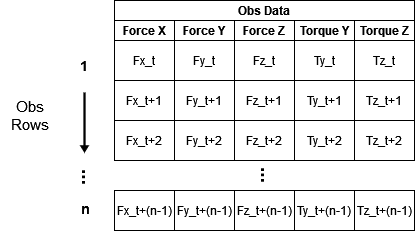
The draw.io diagram obs_matrix.drawio.png in TONiiV/flowcharts, before a commit. Source tidied: cells renumbered, new cells last; positions are measured from the earlier drawing's top-left corner, leaving out a move shared by most shapes.
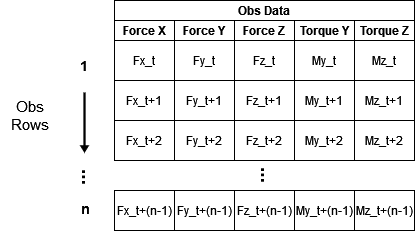
After the change.

Diff of the diagram source:
```diff
@@ -44,25 +44,25 @@
     <mxCell id="15" value="Torque Y" style="swimlane;startSize=20;" parent="2" vertex="1">
       <mxGeometry x="180" y="20" width="60" height="140" as="geometry" />
     </mxCell>
-    <mxCell id="16" value="Ty_t" style="rounded=0;whiteSpace=wrap;html=1;" parent="15" vertex="1">
+    <mxCell id="16" value="My_t" style="rounded=0;whiteSpace=wrap;html=1;" parent="15" vertex="1">
       <mxGeometry y="20" width="60" height="40" as="geometry" />
     </mxCell>
-    <mxCell id="17" value="Ty_t+1" style="rounded=0;whiteSpace=wrap;html=1;" parent="15" vertex="1">
+    <mxCell id="17" value="My_t+1" style="rounded=0;whiteSpace=wrap;html=1;" parent="15" vertex="1">
       <mxGeometry y="60" width="60" height="40" as="geometry" />
     </mxCell>
-    <mxCell id="18" value="Ty_t+2" style="rounded=0;whiteSpace=wrap;html=1;" parent="15" vertex="1">
+    <mxCell id="18" value="My_t+2" style="rounded=0;whiteSpace=wrap;html=1;" parent="15" vertex="1">
       <mxGeometry y="100" width="60" height="40" as="geometry" />
     </mxCell>
     <mxCell id="19" value="Torque Z" style="swimlane;startSize=20;" parent="2" vertex="1">
       <mxGeometry x="240" y="20" width="60" height="140" as="geometry" />
     </mxCell>
-    <mxCell id="20" value="Tz_t" style="rounded=0;whiteSpace=wrap;html=1;" parent="19" vertex="1">
+    <mxCell id="20" value="Mz_t" style="rounded=0;whiteSpace=wrap;html=1;" parent="19" vertex="1">
       <mxGeometry y="20" width="60" height="40" as="geometry" />
     </mxCell>
-    <mxCell id="21" value="Tz_t+1" style="rounded=0;whiteSpace=wrap;html=1;" parent="19" vertex="1">
+    <mxCell id="21" value="Mz_t+1" style="rounded=0;whiteSpace=wrap;html=1;" parent="19" vertex="1">
       <mxGeometry y="60" width="60" height="40" as="geometry" />
     </mxCell>
-    <mxCell id="22" value="Tz_t+2" style="rounded=0;whiteSpace=wrap;html=1;" parent="19" vertex="1">
+    <mxCell id="22" value="Mz_t+2" style="rounded=0;whiteSpace=wrap;html=1;" parent="19" vertex="1">
       <mxGeometry y="100" width="60" height="40" as="geometry" />
     </mxCell>
     <mxCell id="23" value="&lt;div align=&quot;center&quot;&gt;&lt;font style=&quot;font-size: 15px&quot;&gt;Obs Rows&lt;/font&gt;&lt;/div&gt;" style="text;html=1;strokeColor=none;fillColor=none;align=center;verticalAlign=middle;whiteSpace=wrap;rounded=0;fontSize=14;fontFamily=Helvetica;" parent="1" vertex="1">
@@ -77,10 +77,10 @@
     <mxCell id="26" value="Fz_t+(n-1)" style="rounded=0;whiteSpace=wrap;html=1;" parent="1" vertex="1">
       <mxGeometry x="234" y="190" width="60" height="40" as="geometry" />
     </mxCell>
-    <mxCell id="27" value="Ty_t+(n-1)" style="rounded=0;whiteSpace=wrap;html=1;" parent="1" vertex="1">
+    <mxCell id="27" value="My_t+(n-1)" style="rounded=0;whiteSpace=wrap;html=1;" parent="1" vertex="1">
       <mxGeometry x="294" y="190" width="60" height="40" as="geometry" />
     </mxCell>
-    <mxCell id="28" value="Tz_t+(n-1)" style="rounded=0;whiteSpace=wrap;html=1;" parent="1" vertex="1">
+    <mxCell id="28" value="Mz_t+(n-1)" style="rounded=0;whiteSpace=wrap;html=1;" parent="1" vertex="1">
       <mxGeometry x="354" y="190" width="60" height="40" as="geometry" />
     </mxCell>
     <mxCell id="29" style="shape=flexArrow;endArrow=classic;html=1;rounded=0;fontSize=14;fillColor=#000000;width=1.2;endSize=1.732;endWidth=5.5200000000000005;exitX=0.5;exitY=1;exitDx=0;exitDy=0;" parent="1" edge="1">
```
